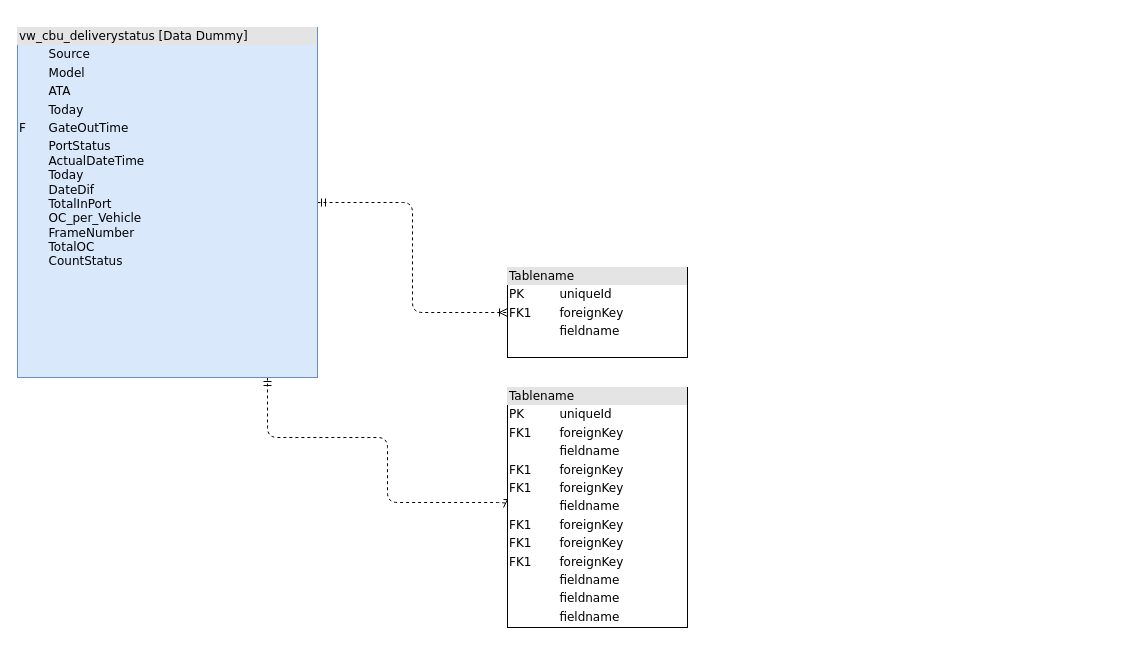
Above: page "Board2_CBU_DeliveryStatus" (2 of 3) of TAM_IMIS_diagram.drawio in RifqiG759/BI_datasets (draw.io), before the change. Source tidied: cells renumbered, new cells numbered last; positions are measured from the earlier drawing's top-left corner, leaving out a move shared by most shapes. Both pictures are drawn from the tidied source at 100%, with x=0, y=0 at pixel (17, 27).
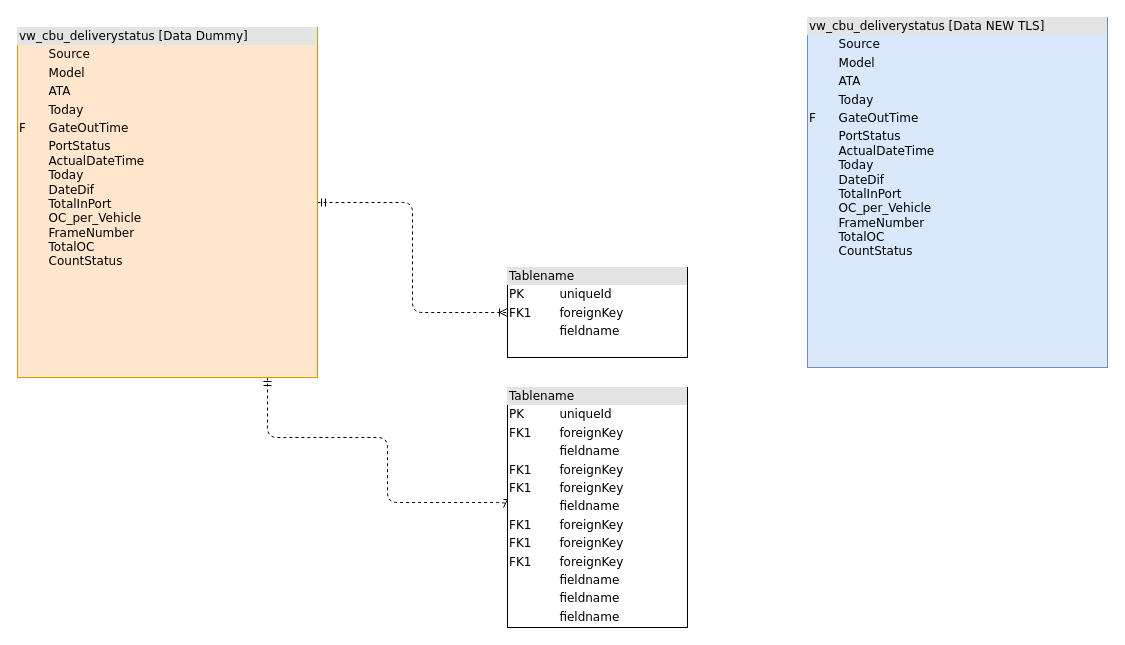
The same diagram, later.

The edit, as a diff of the source:
```diff
@@
 <mxGraphModel>
   <root>
     <mxCell id="0" />
     <mxCell id="1" parent="0" />
     <mxCell id="2" style="edgeStyle=orthogonalEdgeStyle;html=1;dashed=1;labelBackgroundColor=none;startArrow=ERmandOne;endArrow=ERoneToMany;fontFamily=Verdana;fontSize=12;align=left;entryX=0;entryY=0.5;" parent="1" edge="1" source="4" target="5">
       <mxGeometry relative="1" as="geometry">
         <Array as="points">
           <mxPoint x="250" y="410" />
           <mxPoint x="370" y="410" />
           <mxPoint x="370" y="475" />
         </Array>
       </mxGeometry>
     </mxCell>
     <mxCell id="3" style="edgeStyle=orthogonalEdgeStyle;html=1;dashed=1;labelBackgroundColor=none;startArrow=ERmandOne;endArrow=ERoneToMany;fontFamily=Verdana;fontSize=12;align=left;" parent="1" edge="1" source="4" target="6">
       <mxGeometry relative="1" as="geometry" />
     </mxCell>
-    <mxCell id="4" value="&lt;div style=&quot;box-sizing: border-box ; width: 100% ; background: #e4e4e4 ; padding: 2px&quot;&gt;vw_cbu_deliverystatus [Data Dummy]&lt;/div&gt;&lt;table style=&quot;width: 100% ; font-size: 1em&quot; cellpadding=&quot;2&quot; cellspacing=&quot;0&quot;&gt;&lt;tbody&gt;&lt;tr&gt;&lt;td&gt;&lt;br&gt;&lt;/td&gt;&lt;td&gt;Source&lt;/td&gt;&lt;/tr&gt;&lt;tr&gt;&lt;td&gt;&lt;/td&gt;&lt;td&gt;Model&lt;/td&gt;&lt;/tr&gt;&lt;tr&gt;&lt;td&gt;&lt;br&gt;&lt;/td&gt;&lt;td&gt;ATA&lt;/td&gt;&lt;/tr&gt;&lt;tr&gt;&lt;td&gt;&lt;br&gt;&lt;/td&gt;&lt;td&gt;Today&lt;/td&gt;&lt;/tr&gt;&lt;tr&gt;&lt;td&gt;F&lt;br&gt;&lt;/td&gt;&lt;td&gt;GateOutTime&lt;/td&gt;&lt;/tr&gt;&lt;tr&gt;&lt;td&gt;&lt;br&gt;&lt;/td&gt;&lt;td&gt;PortStatus&lt;br&gt;ActualDateTime&lt;br&gt;Today&lt;br&gt;DateDif&lt;br&gt;TotalInPort&lt;br&gt;OC_per_Vehicle&lt;br&gt;FrameNumber&lt;br&gt;TotalOC&lt;br&gt;CountStatus&lt;/td&gt;&lt;/tr&gt;&lt;tr&gt;&lt;td&gt;&lt;br&gt;&lt;/td&gt;&lt;td&gt;&lt;br&gt;&lt;/td&gt;&lt;/tr&gt;&lt;tr&gt;&lt;td&gt;&lt;br&gt;&lt;/td&gt;&lt;td&gt;&lt;br&gt;&lt;/td&gt;&lt;/tr&gt;&lt;tr&gt;&lt;td&gt;&lt;br&gt;&lt;/td&gt;&lt;td&gt;&lt;br&gt;&lt;/td&gt;&lt;/tr&gt;&lt;/tbody&gt;&lt;/table&gt;" style="verticalAlign=top;align=left;overflow=fill;html=1;rounded=0;shadow=0;comic=0;labelBackgroundColor=none;strokeColor=#6c8ebf;strokeWidth=1;fillColor=#dae8fc;fontFamily=Verdana;fontSize=12;" parent="1" vertex="1">
+    <mxCell id="4" value="&lt;div style=&quot;box-sizing: border-box ; width: 100% ; background: #e4e4e4 ; padding: 2px&quot;&gt;vw_cbu_deliverystatus [Data Dummy]&lt;/div&gt;&lt;table style=&quot;width: 100% ; font-size: 1em&quot; cellpadding=&quot;2&quot; cellspacing=&quot;0&quot;&gt;&lt;tbody&gt;&lt;tr&gt;&lt;td&gt;&lt;br&gt;&lt;/td&gt;&lt;td&gt;Source&lt;/td&gt;&lt;/tr&gt;&lt;tr&gt;&lt;td&gt;&lt;/td&gt;&lt;td&gt;Model&lt;/td&gt;&lt;/tr&gt;&lt;tr&gt;&lt;td&gt;&lt;br&gt;&lt;/td&gt;&lt;td&gt;ATA&lt;/td&gt;&lt;/tr&gt;&lt;tr&gt;&lt;td&gt;&lt;br&gt;&lt;/td&gt;&lt;td&gt;Today&lt;/td&gt;&lt;/tr&gt;&lt;tr&gt;&lt;td&gt;F&lt;br&gt;&lt;/td&gt;&lt;td&gt;GateOutTime&lt;/td&gt;&lt;/tr&gt;&lt;tr&gt;&lt;td&gt;&lt;br&gt;&lt;/td&gt;&lt;td&gt;PortStatus&lt;br&gt;ActualDateTime&lt;br&gt;Today&lt;br&gt;DateDif&lt;br&gt;TotalInPort&lt;br&gt;OC_per_Vehicle&lt;br&gt;FrameNumber&lt;br&gt;TotalOC&lt;br&gt;CountStatus&lt;/td&gt;&lt;/tr&gt;&lt;tr&gt;&lt;td&gt;&lt;br&gt;&lt;/td&gt;&lt;td&gt;&lt;br&gt;&lt;/td&gt;&lt;/tr&gt;&lt;tr&gt;&lt;td&gt;&lt;br&gt;&lt;/td&gt;&lt;td&gt;&lt;br&gt;&lt;/td&gt;&lt;/tr&gt;&lt;tr&gt;&lt;td&gt;&lt;br&gt;&lt;/td&gt;&lt;td&gt;&lt;br&gt;&lt;/td&gt;&lt;/tr&gt;&lt;/tbody&gt;&lt;/table&gt;" style="verticalAlign=top;align=left;overflow=fill;html=1;rounded=0;shadow=0;comic=0;labelBackgroundColor=none;strokeColor=#d79b00;strokeWidth=1;fillColor=#ffe6cc;fontFamily=Verdana;fontSize=12;" parent="1" vertex="1">
       <mxGeometry width="300" height="350" as="geometry" />
     </mxCell>
     <mxCell id="5" value="&lt;div style=&quot;box-sizing: border-box ; width: 100% ; background: #e4e4e4 ; padding: 2px&quot;&gt;Tablename&lt;/div&gt;&lt;table style=&quot;width: 100% ; font-size: 1em&quot; cellpadding=&quot;2&quot; cellspacing=&quot;0&quot;&gt;&lt;tbody&gt;&lt;tr&gt;&lt;td&gt;PK&lt;/td&gt;&lt;td&gt;uniqueId&lt;/td&gt;&lt;/tr&gt;&lt;tr&gt;&lt;td&gt;FK1&lt;/td&gt;&lt;td&gt;foreignKey&lt;/td&gt;&lt;/tr&gt;&lt;tr&gt;&lt;td&gt;&lt;/td&gt;&lt;td&gt;fieldname&lt;/td&gt;&lt;/tr&gt;&lt;tr&gt;&lt;td&gt;FK1&lt;br&gt;&lt;/td&gt;&lt;td&gt;foreignKey&lt;br&gt;&lt;/td&gt;&lt;/tr&gt;&lt;tr&gt;&lt;td&gt;FK1&lt;br&gt;&lt;/td&gt;&lt;td&gt;foreignKey&lt;br&gt;&lt;/td&gt;&lt;/tr&gt;&lt;tr&gt;&lt;td&gt;&lt;br&gt;&lt;/td&gt;&lt;td&gt;fieldname&lt;br&gt;&lt;/td&gt;&lt;/tr&gt;&lt;tr&gt;&lt;td&gt;FK1&lt;br&gt;&lt;/td&gt;&lt;td&gt;foreignKey&lt;br&gt;&lt;/td&gt;&lt;/tr&gt;&lt;tr&gt;&lt;td&gt;FK1&lt;br&gt;&lt;/td&gt;&lt;td&gt;foreignKey&lt;br&gt;&lt;/td&gt;&lt;/tr&gt;&lt;tr&gt;&lt;td&gt;FK1&lt;br&gt;&lt;/td&gt;&lt;td&gt;foreignKey&lt;br&gt;&lt;/td&gt;&lt;/tr&gt;&lt;tr&gt;&lt;td&gt;&lt;br&gt;&lt;/td&gt;&lt;td&gt;fieldname&lt;br&gt;&lt;/td&gt;&lt;/tr&gt;&lt;tr&gt;&lt;td&gt;&lt;br&gt;&lt;/td&gt;&lt;td&gt;fieldname&lt;br&gt;&lt;/td&gt;&lt;/tr&gt;&lt;tr&gt;&lt;td&gt;&lt;br&gt;&lt;/td&gt;&lt;td&gt;fieldname&lt;br&gt;&lt;/td&gt;&lt;/tr&gt;&lt;/tbody&gt;&lt;/table&gt;" style="verticalAlign=top;align=left;overflow=fill;html=1;rounded=0;shadow=0;comic=0;labelBackgroundColor=none;strokeColor=#000000;strokeWidth=1;fillColor=#ffffff;fontFamily=Verdana;fontSize=12;fontColor=#000000;" parent="1" vertex="1">
       <mxGeometry x="490" y="360" width="180" height="240" as="geometry" />
     </mxCell>
     <mxCell id="6" value="&lt;div style=&quot;box-sizing:border-box;width:100%;background:#e4e4e4;padding:2px;&quot;&gt;Tablename&lt;/div&gt;&lt;table style=&quot;width:100%;font-size:1em;&quot; cellpadding=&quot;2&quot; cellspacing=&quot;0&quot;&gt;&lt;tr&gt;&lt;td&gt;PK&lt;/td&gt;&lt;td&gt;uniqueId&lt;/td&gt;&lt;/tr&gt;&lt;tr&gt;&lt;td&gt;FK1&lt;/td&gt;&lt;td&gt;foreignKey&lt;/td&gt;&lt;/tr&gt;&lt;tr&gt;&lt;td&gt;&lt;/td&gt;&lt;td&gt;fieldname&lt;/td&gt;&lt;/tr&gt;&lt;/table&gt;" style="verticalAlign=top;align=left;overflow=fill;html=1;rounded=0;shadow=0;comic=0;labelBackgroundColor=none;strokeColor=#000000;strokeWidth=1;fillColor=#ffffff;fontFamily=Verdana;fontSize=12;fontColor=#000000;" parent="1" vertex="1">
       <mxGeometry x="490" y="240" width="180" height="90" as="geometry" />
     </mxCell>
+    <mxCell id="7" value="&lt;div style=&quot;box-sizing: border-box ; width: 100% ; background: #e4e4e4 ; padding: 2px&quot;&gt;vw_cbu_deliverystatus [Data NEW TLS]&lt;/div&gt;&lt;table style=&quot;width: 100% ; font-size: 1em&quot; cellpadding=&quot;2&quot; cellspacing=&quot;0&quot;&gt;&lt;tbody&gt;&lt;tr&gt;&lt;td&gt;&lt;br&gt;&lt;/td&gt;&lt;td&gt;Source&lt;/td&gt;&lt;/tr&gt;&lt;tr&gt;&lt;td&gt;&lt;/td&gt;&lt;td&gt;Model&lt;/td&gt;&lt;/tr&gt;&lt;tr&gt;&lt;td&gt;&lt;br&gt;&lt;/td&gt;&lt;td&gt;ATA&lt;/td&gt;&lt;/tr&gt;&lt;tr&gt;&lt;td&gt;&lt;br&gt;&lt;/td&gt;&lt;td&gt;Today&lt;/td&gt;&lt;/tr&gt;&lt;tr&gt;&lt;td&gt;F&lt;br&gt;&lt;/td&gt;&lt;td&gt;GateOutTime&lt;/td&gt;&lt;/tr&gt;&lt;tr&gt;&lt;td&gt;&lt;br&gt;&lt;/td&gt;&lt;td&gt;PortStatus&lt;br&gt;ActualDateTime&lt;br&gt;Today&lt;br&gt;DateDif&lt;br&gt;TotalInPort&lt;br&gt;OC_per_Vehicle&lt;br&gt;FrameNumber&lt;br&gt;TotalOC&lt;br&gt;CountStatus&lt;/td&gt;&lt;/tr&gt;&lt;tr&gt;&lt;td&gt;&lt;br&gt;&lt;/td&gt;&lt;td&gt;&lt;br&gt;&lt;/td&gt;&lt;/tr&gt;&lt;tr&gt;&lt;td&gt;&lt;br&gt;&lt;/td&gt;&lt;td&gt;&lt;br&gt;&lt;/td&gt;&lt;/tr&gt;&lt;tr&gt;&lt;td&gt;&lt;br&gt;&lt;/td&gt;&lt;td&gt;&lt;br&gt;&lt;/td&gt;&lt;/tr&gt;&lt;/tbody&gt;&lt;/table&gt;" style="verticalAlign=top;align=left;overflow=fill;html=1;rounded=0;shadow=0;comic=0;labelBackgroundColor=none;strokeColor=#6c8ebf;strokeWidth=1;fillColor=#dae8fc;fontFamily=Verdana;fontSize=12;" parent="1" vertex="1">
+      <mxGeometry x="790" y="-10" width="300" height="350" as="geometry" />
+    </mxCell>
   </root>
 </mxGraphModel>
```
